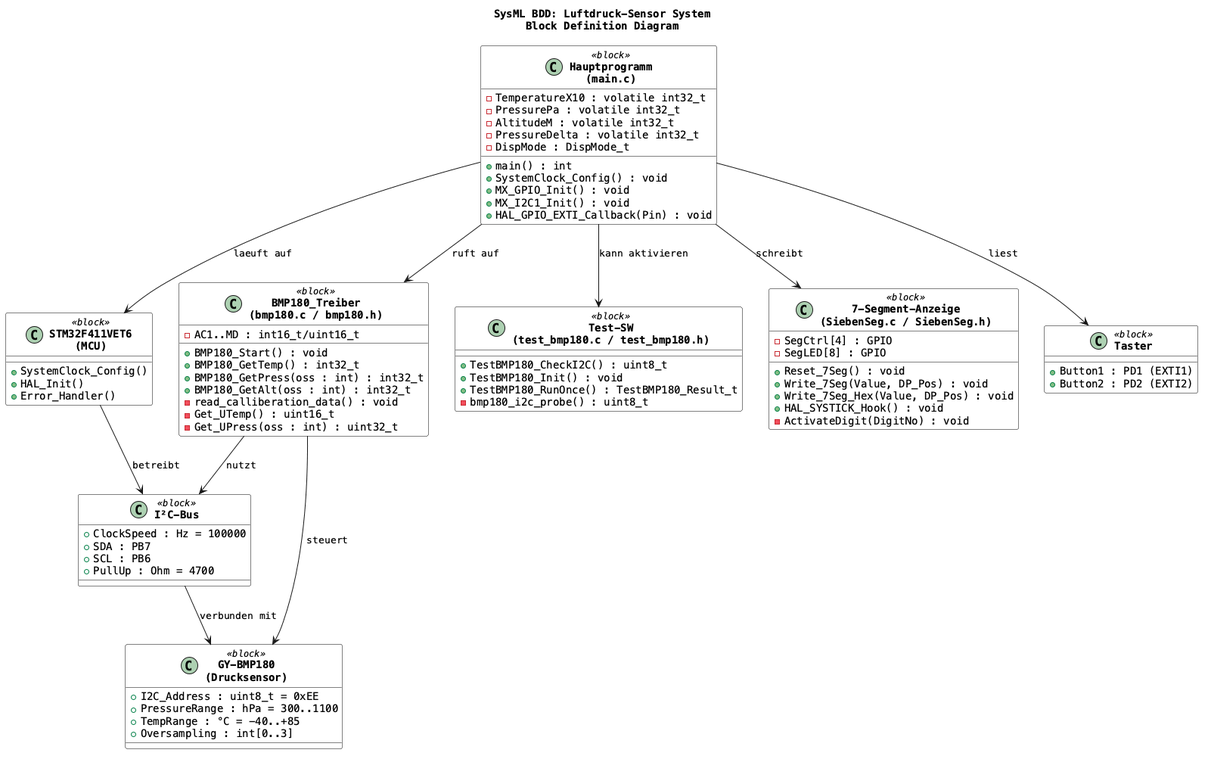
Before: docs/sysml/bmp180_sysml.png, a diagram exported from PlantUML (blurbler2/Luftdruck-Sensor). Source of this version:
```plantuml
@startuml
skinparam defaultFontName Courier
skinparam class {
  BackgroundColor White
  BorderColor Black
  FontStyle bold
}

title **SysML BDD: Luftdruck-Sensor System**\nBlock Definition Diagram

class "STM32F411VET6\n(MCU)" as MCU <<block>> {
  + SystemClock_Config()
  + HAL_Init()
  + Error_Handler()
}

class "GY-BMP180\n(Drucksensor)" as SENSOR <<block>> {
  + I2C_Address : uint8_t = 0xEE
  + PressureRange : hPa = 300..1100
  + TempRange : °C = -40..+85
  + Oversampling : int[0..3]
}

class "BMP180_Treiber\n(bmp180.c / bmp180.h)" as DRIVER <<block>> {
  + BMP180_Start() : void
  + BMP180_GetTemp() : int32_t
  + BMP180_GetPress(oss : int) : int32_t
  + BMP180_GetAlt(oss : int) : int32_t
  - read_calliberation_data() : void
  - Get_UTemp() : uint16_t
  - Get_UPress(oss : int) : uint32_t
  - AC1..MD : int16_t/uint16_t
}

class "Test-SW\n(test_bmp180.c / test_bmp180.h)" as TEST <<block>> {
  + TestBMP180_CheckI2C() : uint8_t
  + TestBMP180_Init() : void
  + TestBMP180_RunOnce() : TestBMP180_Result_t
  - bmp180_i2c_probe() : uint8_t
}

class "7-Segment-Anzeige\n(SiebenSeg.c / SiebenSeg.h)" as DISPLAY <<block>> {
  + Reset_7Seg() : void
  + Write_7Seg(Value, DP_Pos) : void
  + Write_7Seg_Hex(Value, DP_Pos) : void
  + HAL_SYSTICK_Hook() : void
  - ActivateDigit(DigitNo) : void
  - SegCtrl[4] : GPIO
  - SegLED[8] : GPIO
}

class "Hauptprogramm\n(main.c)" as MAIN <<block>> {
  + main() : int
  + SystemClock_Config() : void
  + MX_GPIO_Init() : void
  + MX_I2C1_Init() : void
  + HAL_GPIO_EXTI_Callback(Pin) : void
  - TemperatureX10 : volatile int32_t
  - PressurePa : volatile int32_t
  - AltitudeM : volatile int32_t
  - PressureDelta : volatile int32_t
  - DispMode : DispMode_t
}

class "Taster" as BUTTON <<block>> {
  + Button1 : PD1 (EXTI1)
  + Button2 : PD2 (EXTI2)
}

class "I²C-Bus" as I2C <<block>> {
  + ClockSpeed : Hz = 100000
  + SDA : PB7
  + SCL : PB6
  + PullUp : Ohm = 4700
}

MCU --> I2C : betreibt
I2C --> SENSOR : verbunden mit
DRIVER --> I2C : nutzt
DRIVER --> SENSOR : steuert
MAIN --> DRIVER : ruft auf
MAIN --> DISPLAY : schreibt
MAIN --> TEST : kann aktivieren
MAIN --> BUTTON : liest
MAIN --> MCU : laeuft auf

@enduml
```
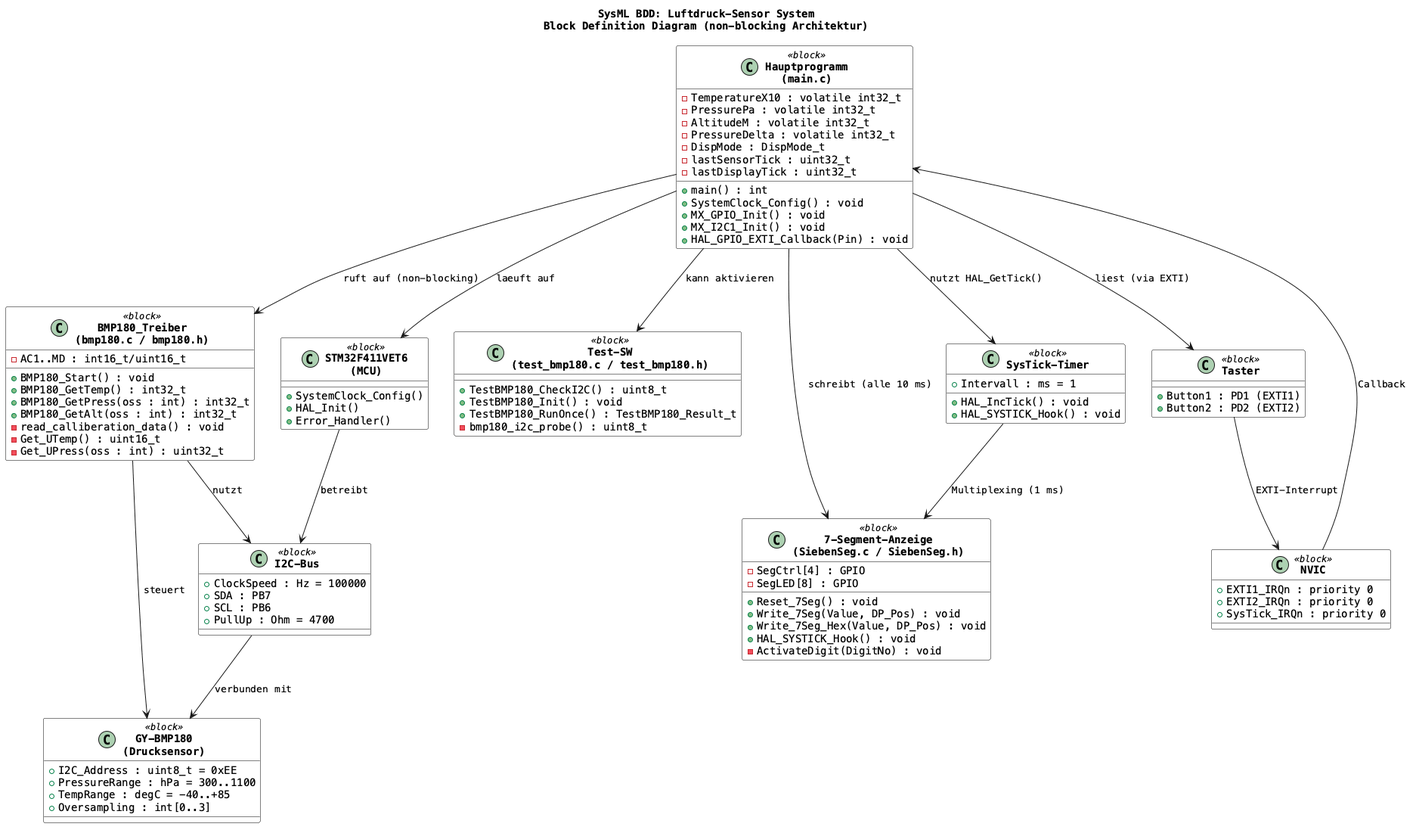
After the change.

Commit message:
fix: tests and display result

The edit, as a diff of the source:
```diff
@@ -6,7 +6,7 @@
   FontStyle bold
 }
 
-title **SysML BDD: Luftdruck-Sensor System**\nBlock Definition Diagram
+title **SysML BDD: Luftdruck-Sensor System**\nBlock Definition Diagram (non-blocking Architektur)
 
 class "STM32F411VET6\n(MCU)" as MCU <<block>> {
   + SystemClock_Config()
@@ -17,7 +17,7 @@
 class "GY-BMP180\n(Drucksensor)" as SENSOR <<block>> {
   + I2C_Address : uint8_t = 0xEE
   + PressureRange : hPa = 300..1100
-  + TempRange : °C = -40..+85
+  + TempRange : degC = -40..+85
   + Oversampling : int[0..3]
 }
 
@@ -60,6 +60,8 @@
   - AltitudeM : volatile int32_t
   - PressureDelta : volatile int32_t
   - DispMode : DispMode_t
+  - lastSensorTick : uint32_t
+  - lastDisplayTick : uint32_t
 }
 
 class "Taster" as BUTTON <<block>> {
@@ -67,21 +69,37 @@
   + Button2 : PD2 (EXTI2)
 }
 
-class "I²C-Bus" as I2C <<block>> {
+class "I2C-Bus" as I2C <<block>> {
   + ClockSpeed : Hz = 100000
   + SDA : PB7
   + SCL : PB6
   + PullUp : Ohm = 4700
 }
 
+class "SysTick-Timer" as SYSTICK <<block>> {
+  + Intervall : ms = 1
+  + HAL_IncTick() : void
+  + HAL_SYSTICK_Hook() : void
+}
+
+class "NVIC" as NVIC <<block>> {
+  + EXTI1_IRQn : priority 0
+  + EXTI2_IRQn : priority 0
+  + SysTick_IRQn : priority 0
+}
+
 MCU --> I2C : betreibt
 I2C --> SENSOR : verbunden mit
 DRIVER --> I2C : nutzt
 DRIVER --> SENSOR : steuert
-MAIN --> DRIVER : ruft auf
-MAIN --> DISPLAY : schreibt
+MAIN --> DRIVER : ruft auf (non-blocking)
+MAIN --> DISPLAY : schreibt (alle 10 ms)
 MAIN --> TEST : kann aktivieren
-MAIN --> BUTTON : liest
+MAIN --> BUTTON : liest (via EXTI)
 MAIN --> MCU : laeuft auf
+MAIN --> SYSTICK : nutzt HAL_GetTick()
+SYSTICK --> DISPLAY : Multiplexing (1 ms)
+BUTTON --> NVIC : EXTI-Interrupt
+NVIC --> MAIN : Callback
 
 @enduml
```
